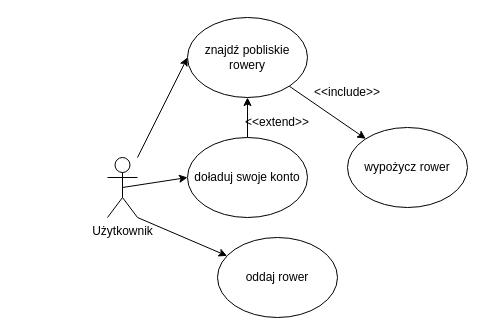
The draw.io diagram DiagramPrzypadkowUzycia.drawio in KarolinaPiechowicz05/2024-12-31, before the edit. Source tidied: cells renumbered, new cells numbered last; positions are measured from the earlier drawing's top-left corner, leaving out a move shared by most shapes. Both pictures are drawn from the tidied source at 100%, with x=0, y=0 at pixel (107, 17).
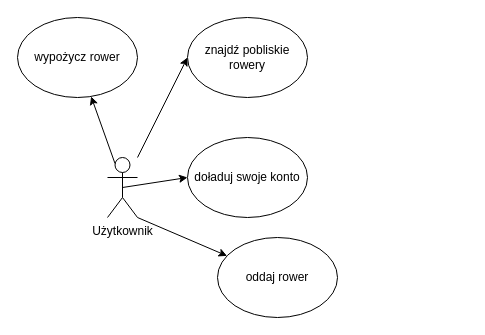
After the change.

Diff of the diagram source:
```diff
@@
 <mxGraphModel>
   <root>
     <mxCell id="0" />
     <mxCell id="1" parent="0" />
     <mxCell id="2" style="rounded=0;jettySize=auto;html=1;entryX=0;entryY=0.5;entryDx=0;entryDy=0;" parent="1" edge="1" source="4" target="6">
       <mxGeometry relative="1" as="geometry" />
     </mxCell>
     <mxCell id="3" style="rounded=0;jettySize=auto;html=1;exitX=0.5;exitY=0.5;exitDx=0;exitDy=0;exitPerimeter=0;entryX=0;entryY=0.5;entryDx=0;entryDy=0;" parent="1" edge="1" source="4" target="8">
       <mxGeometry relative="1" as="geometry" />
     </mxCell>
     <mxCell id="4" value="Użytkownik" style="shape=umlActor;verticalLabelPosition=bottom;verticalAlign=top;html=1;outlineConnect=0;" parent="1" vertex="1">
       <mxGeometry y="140" width="30" height="60" as="geometry" />
     </mxCell>
-    <mxCell id="5" style="rounded=0;jettySize=auto;html=1;" parent="1" edge="1" source="6" target="10">
+    <mxCell id="5" style="rounded=0;jettySize=auto;html=1;exitX=0.25;exitY=0.1;exitDx=0;exitDy=0;exitPerimeter=0;" parent="1" edge="1" source="4" target="10">
       <mxGeometry relative="1" as="geometry" />
     </mxCell>
     <mxCell id="6" value="znajdź pobliskie rowery" style="ellipse;whiteSpace=wrap;html=1;" parent="1" vertex="1">
       <mxGeometry x="80" width="120" height="80" as="geometry" />
     </mxCell>
-    <mxCell id="7" style="rounded=0;jettySize=auto;html=1;entryX=0.5;entryY=1;entryDx=0;entryDy=0;" parent="1" edge="1" source="8" target="6">
-      <mxGeometry relative="1" as="geometry" />
-    </mxCell>
     <mxCell id="8" value="doładuj swoje konto" style="ellipse;whiteSpace=wrap;html=1;" parent="1" vertex="1">
       <mxGeometry x="80" y="120" width="120" height="80" as="geometry" />
     </mxCell>
     <mxCell id="9" style="rounded=0;jettySize=auto;html=1;exitX=1;exitY=1;exitDx=0;exitDy=0;exitPerimeter=0;" parent="1" edge="1" source="4" target="11">
       <mxGeometry relative="1" as="geometry" />
     </mxCell>
     <mxCell id="10" value="wypożycz rower" style="ellipse;whiteSpace=wrap;html=1;" parent="1" vertex="1">
-      <mxGeometry x="240" y="110" width="120" height="80" as="geometry" />
+      <mxGeometry x="-90" width="120" height="80" as="geometry" />
     </mxCell>
     <mxCell id="11" value="oddaj rower" style="ellipse;whiteSpace=wrap;html=1;" parent="1" vertex="1">
       <mxGeometry x="110" y="220" width="120" height="80" as="geometry" />
     </mxCell>
-    <mxCell id="12" value="&amp;lt;&amp;lt;extend&amp;gt;&amp;gt;" style="text;html=1;align=center;verticalAlign=middle;whiteSpace=wrap;rounded=0;" parent="1" vertex="1">
-      <mxGeometry x="140" y="90" width="60" height="30" as="geometry" />
-    </mxCell>
-    <mxCell id="13" value="&amp;lt;&amp;lt;include&amp;gt;&amp;gt;" style="text;html=1;align=center;verticalAlign=middle;whiteSpace=wrap;rounded=0;" parent="1" vertex="1">
-      <mxGeometry x="210" y="60" width="60" height="30" as="geometry" />
-    </mxCell>
   </root>
 </mxGraphModel>
```
